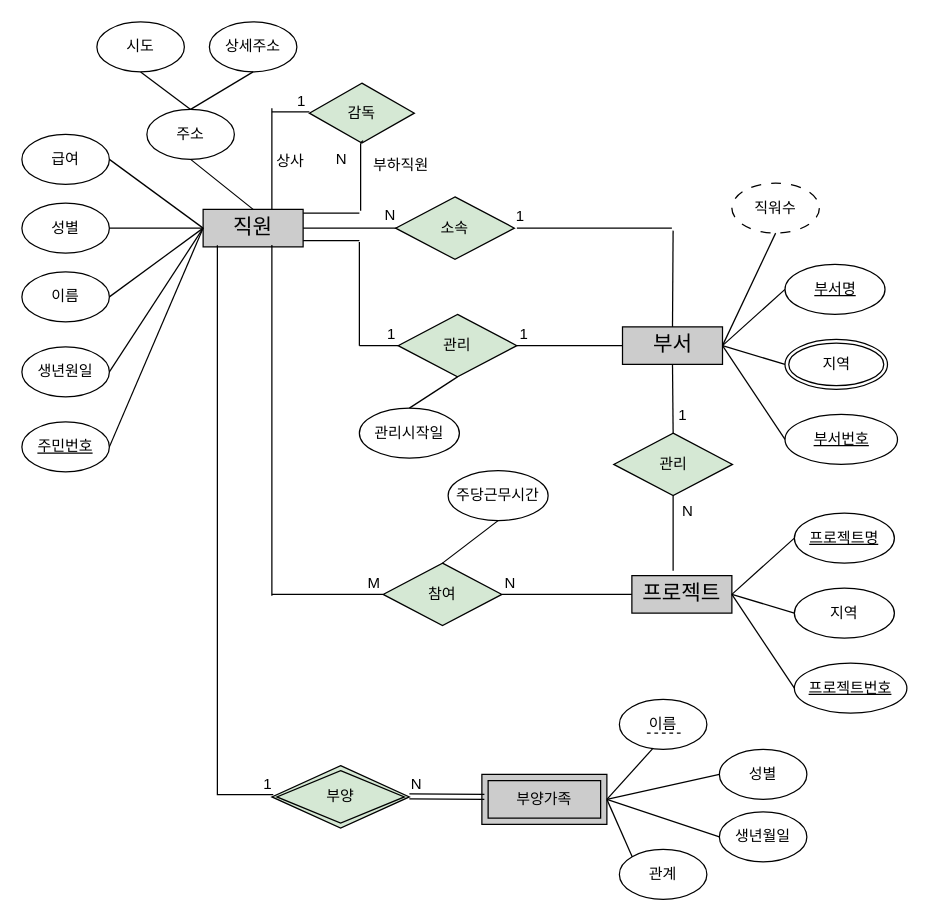
bitcocom/inhouse keeps this draw.io diagram as page "페이지-1의 복사본" (2 of 8) of 제목 없는 다이어그램.drawio. Above is the earlier version. Source tidied: cells renumbered, new cells numbered last; positions are measured from the earlier drawing's top-left corner, leaving out a move shared by most shapes. Both pictures are drawn from the tidied source at 125%, with x=0, y=0 at pixel (-30, 21).
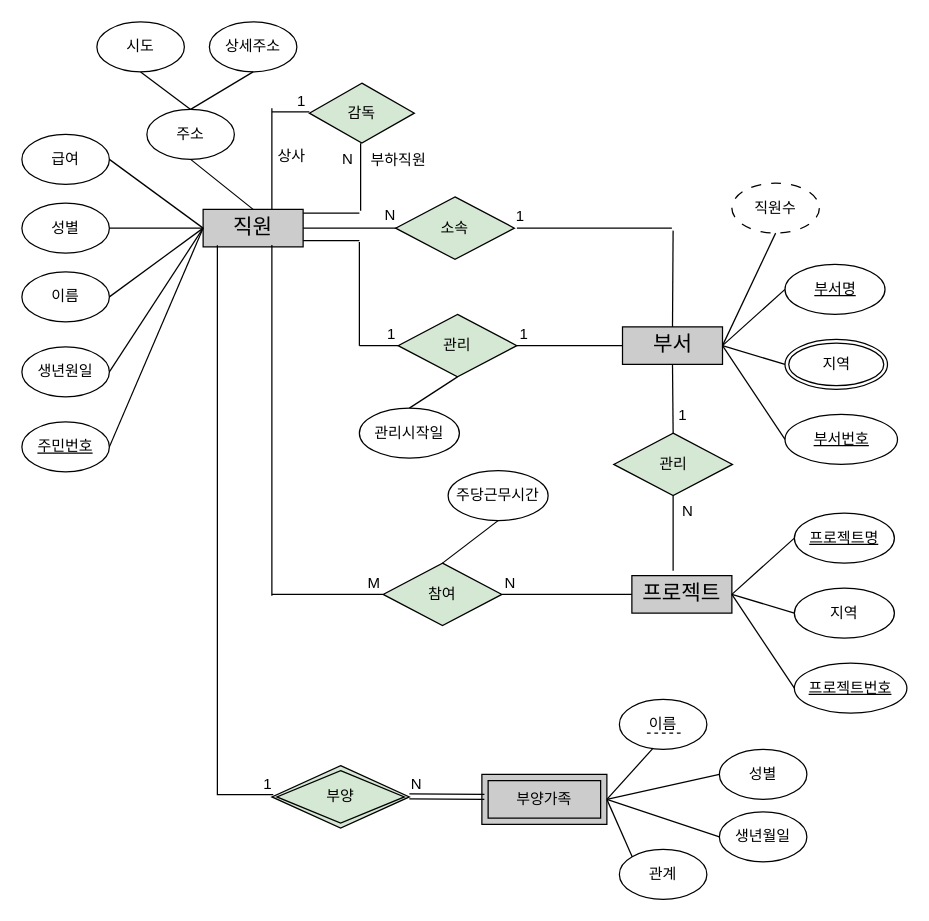
After the change.

What changed in the source:
```diff
@@
-    <mxCell id="41" value="직워수" style="ellipse;whiteSpace=wrap;html=1;dashed=1;dashPattern=8 8;" parent="1" vertex="1">
+    <mxCell id="41" value="직원수" style="ellipse;whiteSpace=wrap;html=1;dashed=1;dashPattern=8 8;" parent="1" vertex="1">
       <mxGeometry x="609" y="129" width="70" height="40" as="geometry" />
     </mxCell>
@@
     <mxCell id="74" value="N" style="text;html=1;strokeColor=none;fillColor=none;align=center;verticalAlign=middle;whiteSpace=wrap;rounded=0;" parent="1" vertex="1">
-      <mxGeometry x="282" y="95" width="30" height="30" as="geometry" />
+      <mxGeometry x="287" y="95" width="30" height="30" as="geometry" />
     </mxCell>
     <mxCell id="75" value="상사" style="text;html=1;strokeColor=none;fillColor=none;align=center;verticalAlign=middle;whiteSpace=wrap;rounded=0;" parent="1" vertex="1">
-      <mxGeometry x="241" y="97" width="30" height="30" as="geometry" />
+      <mxGeometry x="242" y="93" width="30" height="30" as="geometry" />
     </mxCell>
     <mxCell id="76" value="부하직원" style="text;html=1;strokeColor=none;fillColor=none;align=center;verticalAlign=middle;whiteSpace=wrap;rounded=0;" parent="1" vertex="1">
-      <mxGeometry x="317" y="100" width="55" height="30" as="geometry" />
+      <mxGeometry x="315" y="96" width="55" height="30" as="geometry" />
     </mxCell>
```
